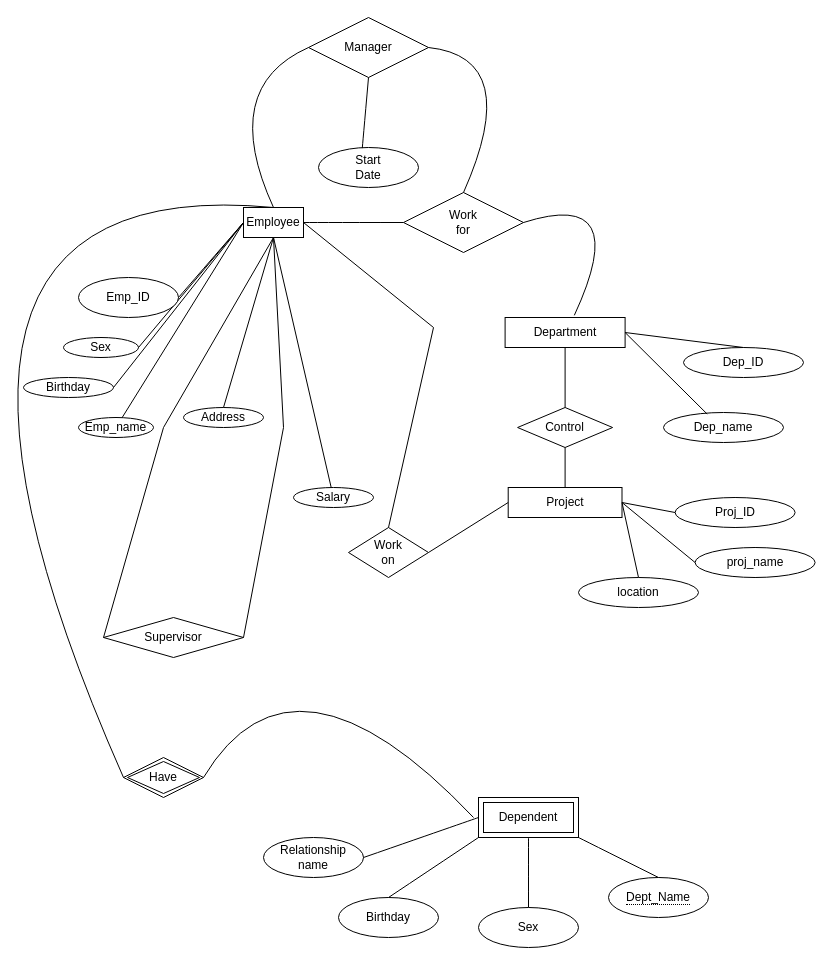
This is Example Company Database.drawio from votranngochuu/Database_Summer_2025, a draw.io file, before an edit. Source tidied: cells renumbered, new cells numbered last; positions are measured from the earlier drawing's top-left corner, leaving out a move shared by most shapes. Both pictures are drawn from the tidied source at 100%, with x=0, y=0 at pixel (-147, 17).
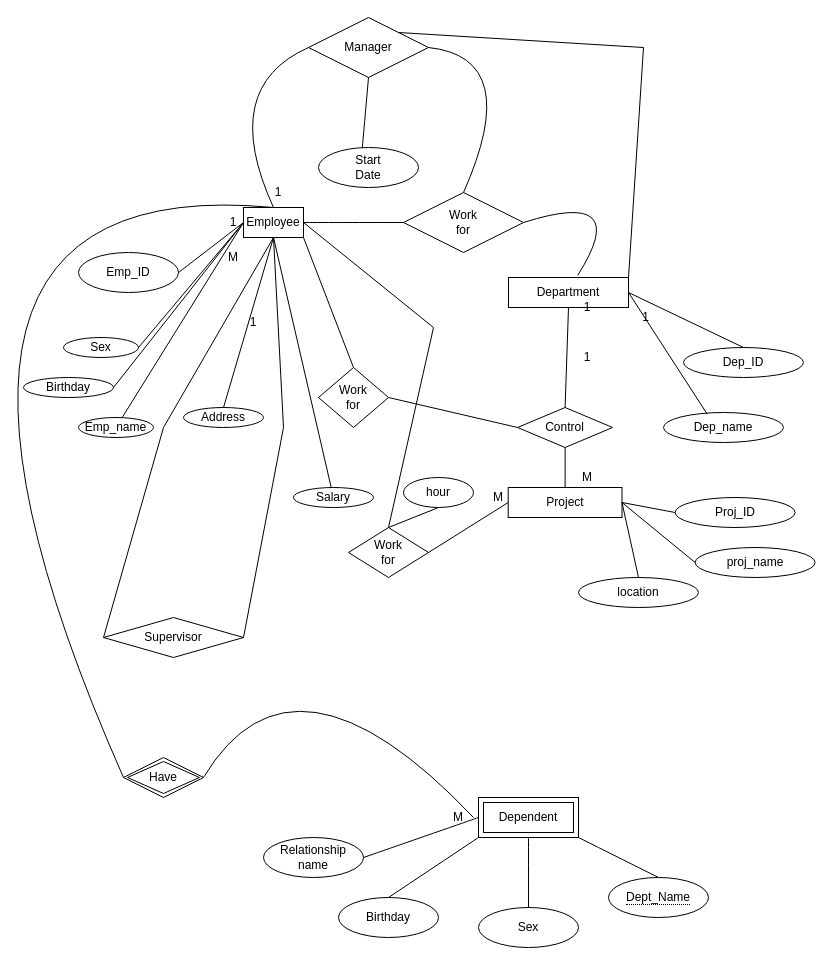
The same diagram, later.

Unchanged cells that the change refers to:
```xml
<mxCell id="2" value="Employee" style="rounded=0;whiteSpace=wrap;html=1;" parent="1" vertex="1">
  <mxGeometry x="390" y="190" width="60" height="30" as="geometry" />
</mxCell>
<mxCell id="13" value="Control" style="rhombus;whiteSpace=wrap;html=1;" parent="1" vertex="1">
  <mxGeometry x="664.1" y="390" width="95" height="40" as="geometry" />
</mxCell>
<mxCell id="53" value="Manager" style="shape=rhombus;perimeter=rhombusPerimeter;whiteSpace=wrap;html=1;align=center;" parent="1" vertex="1">
  <mxGeometry x="455" width="120" height="60" as="geometry" />
</mxCell>
```

Diff of the diagram source:
```diff
@@
     <mxCell id="12" value="Department" style="rounded=0;whiteSpace=wrap;html=1;" parent="1" vertex="1">
-      <mxGeometry x="651.6" y="300" width="120" height="30" as="geometry" />
+      <mxGeometry x="655" y="260" width="120" height="30" as="geometry" />
     </mxCell>
@@
-    <mxCell id="27" value="Work&lt;div&gt;on&lt;/div&gt;" style="rhombus;whiteSpace=wrap;html=1;" parent="1" vertex="1">
+    <mxCell id="27" value="Work&lt;div&gt;for&lt;/div&gt;" style="rhombus;whiteSpace=wrap;html=1;" parent="1" vertex="1">
       <mxGeometry x="495" y="510" width="80" height="50" as="geometry" />
     </mxCell>
@@
     <mxCell id="46" value="Emp_ID" style="ellipse;whiteSpace=wrap;html=1;align=center;" parent="1" vertex="1">
-      <mxGeometry x="225" y="260" width="100" height="40" as="geometry" />
+      <mxGeometry x="225" y="235" width="100" height="40" as="geometry" />
     </mxCell>
@@
+    <mxCell id="58" value="1" style="text;strokeColor=none;align=center;fillColor=none;html=1;verticalAlign=middle;whiteSpace=wrap;rounded=0;" parent="1" vertex="1">
+      <mxGeometry x="709.1" y="280" width="50" height="20" as="geometry" />
+    </mxCell>
+    <mxCell id="59" value="1" style="text;strokeColor=none;align=center;fillColor=none;html=1;verticalAlign=middle;whiteSpace=wrap;rounded=0;" parent="1" vertex="1">
+      <mxGeometry x="704.1" y="330" width="60" height="20" as="geometry" />
+    </mxCell>
+    <mxCell id="60" style="endArrow=none;html=1;rounded=0;exitX=1;exitY=0;exitDx=0;exitDy=0;entryX=1;entryY=0;entryDx=0;entryDy=0;" parent="1" edge="1" source="53" target="12">
+      <mxGeometry relative="1" as="geometry">
+        <Array as="points">
+          <mxPoint x="790" y="30" />
+        </Array>
+      </mxGeometry>
+    </mxCell>
+    <mxCell id="61" value="1" style="text;strokeColor=none;align=center;fillColor=none;html=1;verticalAlign=middle;whiteSpace=wrap;rounded=0;" parent="1" vertex="1">
+      <mxGeometry x="775" y="290" width="35" height="20" as="geometry" />
+    </mxCell>
+    <mxCell id="62" value="M" style="text;strokeColor=none;align=center;fillColor=none;html=1;verticalAlign=middle;whiteSpace=wrap;rounded=0;" parent="1" vertex="1">
+      <mxGeometry x="704.1" y="450" width="60" height="20" as="geometry" />
+    </mxCell>
+    <mxCell id="63" value="M" style="text;strokeColor=none;align=center;fillColor=none;html=1;verticalAlign=middle;whiteSpace=wrap;rounded=0;" parent="1" vertex="1">
+      <mxGeometry x="620" y="472.5" width="50" height="15" as="geometry" />
+    </mxCell>
+    <mxCell id="64" value="M" style="text;strokeColor=none;align=center;fillColor=none;html=1;verticalAlign=middle;whiteSpace=wrap;rounded=0;" parent="1" vertex="1">
+      <mxGeometry x="575" y="785" width="60" height="30" as="geometry" />
+    </mxCell>
+    <mxCell id="65" value="1" style="text;strokeColor=none;align=center;fillColor=none;html=1;verticalAlign=middle;whiteSpace=wrap;rounded=0;" parent="1" vertex="1">
+      <mxGeometry x="395" y="160" width="60" height="30" as="geometry" />
+    </mxCell>
+    <mxCell id="66" value="1" style="text;strokeColor=none;align=center;fillColor=none;html=1;verticalAlign=middle;whiteSpace=wrap;rounded=0;" parent="1" vertex="1">
+      <mxGeometry x="350" y="190" width="60" height="30" as="geometry" />
+    </mxCell>
+    <mxCell id="67" value="1" style="text;strokeColor=none;align=center;fillColor=none;html=1;verticalAlign=middle;whiteSpace=wrap;rounded=0;" parent="1" vertex="1">
+      <mxGeometry x="370" y="290" width="60" height="30" as="geometry" />
+    </mxCell>
+    <mxCell id="68" value="M" style="text;strokeColor=none;align=center;fillColor=none;html=1;verticalAlign=middle;whiteSpace=wrap;rounded=0;" parent="1" vertex="1">
+      <mxGeometry x="350" y="230" width="60" height="20" as="geometry" />
+    </mxCell>
+    <mxCell id="69" value="Work&lt;div&gt;for&lt;/div&gt;" style="shape=rhombus;perimeter=rhombusPerimeter;whiteSpace=wrap;html=1;align=center;" parent="1" vertex="1">
+      <mxGeometry x="465" y="350" width="70" height="60" as="geometry" />
+    </mxCell>
+    <mxCell id="70" style="endArrow=none;html=1;rounded=0;exitX=1;exitY=1;exitDx=0;exitDy=0;entryX=0.5;entryY=0;entryDx=0;entryDy=0;" parent="1" edge="1" source="2" target="69">
+      <mxGeometry relative="1" as="geometry" />
+    </mxCell>
+    <mxCell id="71" style="endArrow=none;html=1;rounded=0;entryX=0;entryY=0.5;entryDx=0;entryDy=0;exitX=1;exitY=0.5;exitDx=0;exitDy=0;" parent="1" edge="1" source="69" target="13">
+      <mxGeometry relative="1" as="geometry" />
+    </mxCell>
+    <mxCell id="72" value="hour" style="ellipse;whiteSpace=wrap;html=1;align=center;" parent="1" vertex="1">
+      <mxGeometry x="550" y="460" width="70" height="30" as="geometry" />
+    </mxCell>
+    <mxCell id="73" style="endArrow=none;html=1;rounded=0;exitX=0.5;exitY=0;exitDx=0;exitDy=0;entryX=0.5;entryY=1;entryDx=0;entryDy=0;" parent="1" edge="1" source="27" target="72">
+      <mxGeometry relative="1" as="geometry" />
+    </mxCell>
```
